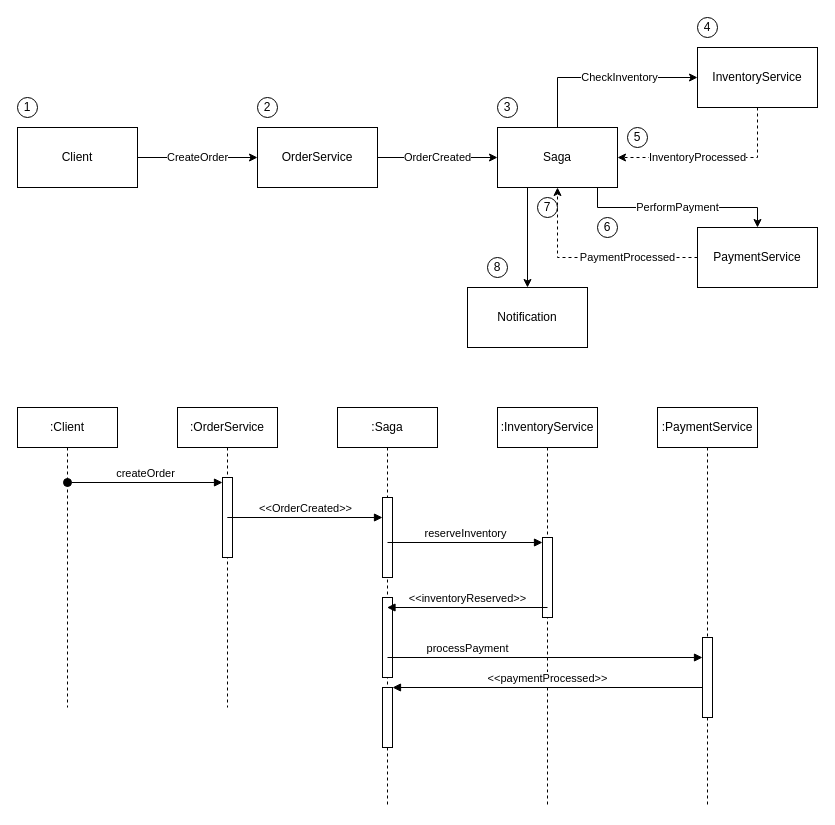
Above: order_service_saga_design.drawio in pajri/wiki.saga_ecommerce (draw.io), before the change. Source tidied: cells renumbered, new cells numbered last; positions are measured from the earlier drawing's top-left corner, leaving out a move shared by most shapes. Both pictures are drawn from the tidied source at 100%, with x=0, y=0 at pixel (17, 17).
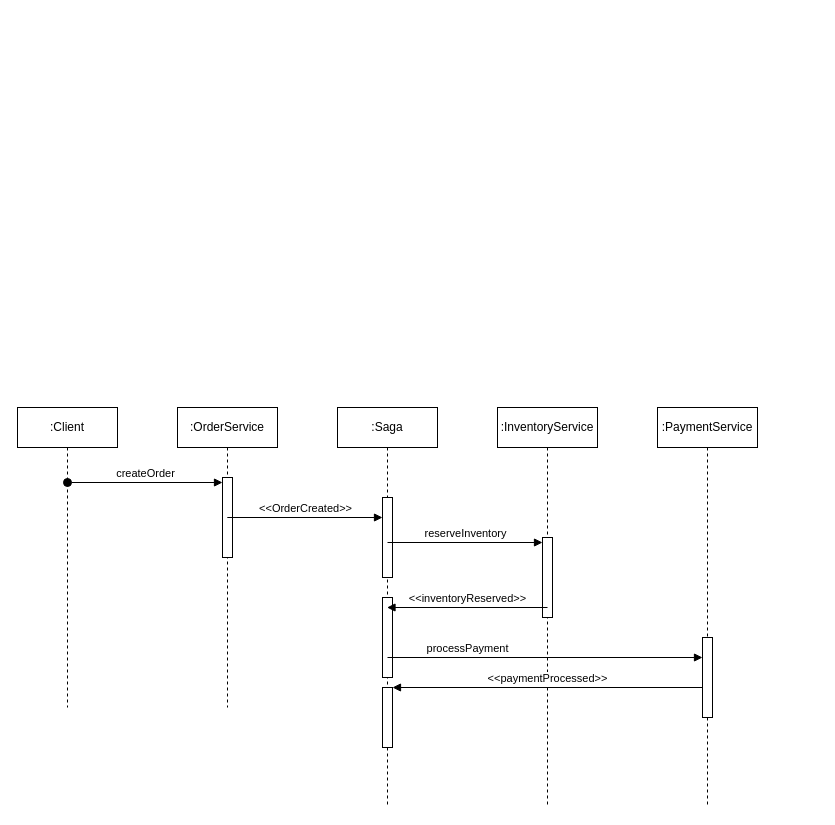
The same page after the edit.

Commit message:
refactor order service saga diagram for improved layout and readability

What changed in the source:
```diff
@@
-    <mxCell id="2" value="OrderCreated" style="edgeStyle=orthogonalEdgeStyle;rounded=0;jettySize=auto;html=1;entryX=0;entryY=0.5;entryDx=0;entryDy=0;" parent="1" edge="1" source="3" target="10">
-      <mxGeometry relative="1" as="geometry" />
-    </mxCell>
-    <mxCell id="3" value="OrderService" style="rounded=0;whiteSpace=wrap;html=1;" parent="1" vertex="1">
-      <mxGeometry x="240" y="110" width="120" height="60" as="geometry" />
-    </mxCell>
-    <mxCell id="4" value="CreateOrder" style="edgeStyle=orthogonalEdgeStyle;rounded=0;jettySize=auto;html=1;entryX=0;entryY=0.5;entryDx=0;entryDy=0;" parent="1" edge="1" source="5" target="3">
-      <mxGeometry relative="1" as="geometry" />
-    </mxCell>
-    <mxCell id="5" value="Client" style="rounded=0;whiteSpace=wrap;html=1;" parent="1" vertex="1">
-      <mxGeometry y="110" width="120" height="60" as="geometry" />
-    </mxCell>
-    <mxCell id="6" value="InventoryProcessed" style="edgeStyle=orthogonalEdgeStyle;rounded=0;jettySize=auto;html=1;entryX=1;entryY=0.5;entryDx=0;entryDy=0;dashed=1;" parent="1" edge="1" source="7" target="10">
-      <mxGeometry x="0.16" relative="1" as="geometry">
-        <Array as="points">
-          <mxPoint x="740" y="140" />
-        </Array>
-      </mxGeometry>
-    </mxCell>
-    <mxCell id="7" value="InventoryService" style="rounded=0;whiteSpace=wrap;html=1;" parent="1" vertex="1">
-      <mxGeometry x="680" y="30" width="120" height="60" as="geometry" />
-    </mxCell>
-    <mxCell id="8" value="CheckInventory" style="edgeStyle=orthogonalEdgeStyle;rounded=0;jettySize=auto;html=1;entryX=0;entryY=0.5;entryDx=0;entryDy=0;" parent="1" edge="1" source="10" target="7">
-      <mxGeometry x="0.18" relative="1" as="geometry">
-        <Array as="points">
-          <mxPoint x="540" y="60" />
-        </Array>
-      </mxGeometry>
-    </mxCell>
-    <mxCell id="9" value="PerformPayment" style="edgeStyle=orthogonalEdgeStyle;rounded=0;jettySize=auto;html=1;" parent="1" edge="1" source="10" target="12">
-      <mxGeometry relative="1" as="geometry">
-        <Array as="points">
-          <mxPoint x="580" y="190" />
-          <mxPoint x="740" y="190" />
-        </Array>
-      </mxGeometry>
-    </mxCell>
-    <mxCell id="10" value="Saga" style="rounded=0;whiteSpace=wrap;html=1;" parent="1" vertex="1">
-      <mxGeometry x="480" y="110" width="120" height="60" as="geometry" />
-    </mxCell>
-    <mxCell id="11" value="PaymentProcessed" style="edgeStyle=orthogonalEdgeStyle;rounded=0;jettySize=auto;html=1;dashed=1;" parent="1" edge="1" source="12">
-      <mxGeometry x="-0.33" relative="1" as="geometry">
-        <mxPoint x="540" y="170" as="targetPoint" />
-        <Array as="points">
-          <mxPoint x="540" y="240" />
-          <mxPoint x="540" y="170" />
-        </Array>
-      </mxGeometry>
-    </mxCell>
-    <mxCell id="12" value="PaymentService" style="rounded=0;whiteSpace=wrap;html=1;" parent="1" vertex="1">
-      <mxGeometry x="680" y="210" width="120" height="60" as="geometry" />
-    </mxCell>
-    <mxCell id="13" value="Notification" style="rounded=0;whiteSpace=wrap;html=1;" parent="1" vertex="1">
-      <mxGeometry x="450" y="270" width="120" height="60" as="geometry" />
-    </mxCell>
-    <mxCell id="14" style="endArrow=classic;html=1;rounded=0;exitX=0.25;exitY=1;exitDx=0;exitDy=0;" parent="1" edge="1" source="10" target="13">
-      <mxGeometry relative="1" as="geometry" />
-    </mxCell>
-    <mxCell id="15" value="1" style="ellipse;whiteSpace=wrap;html=1;" parent="1" vertex="1">
-      <mxGeometry y="80" width="20" height="20" as="geometry" />
-    </mxCell>
-    <mxCell id="16" value="2" style="ellipse;whiteSpace=wrap;html=1;" parent="1" vertex="1">
-      <mxGeometry x="240" y="80" width="20" height="20" as="geometry" />
-    </mxCell>
-    <mxCell id="17" value="3" style="ellipse;whiteSpace=wrap;html=1;" parent="1" vertex="1">
-      <mxGeometry x="480" y="80" width="20" height="20" as="geometry" />
-    </mxCell>
-    <mxCell id="18" value="4" style="ellipse;whiteSpace=wrap;html=1;" parent="1" vertex="1">
-      <mxGeometry x="680" width="20" height="20" as="geometry" />
-    </mxCell>
-    <mxCell id="19" value="5" style="ellipse;whiteSpace=wrap;html=1;" parent="1" vertex="1">
-      <mxGeometry x="610" y="110" width="20" height="20" as="geometry" />
-    </mxCell>
-    <mxCell id="20" value="6" style="ellipse;whiteSpace=wrap;html=1;" parent="1" vertex="1">
-      <mxGeometry x="580" y="200" width="20" height="20" as="geometry" />
-    </mxCell>
-    <mxCell id="21" value="7" style="ellipse;whiteSpace=wrap;html=1;" parent="1" vertex="1">
-      <mxGeometry x="520" y="180" width="20" height="20" as="geometry" />
-    </mxCell>
-    <mxCell id="22" value="8" style="ellipse;whiteSpace=wrap;html=1;" parent="1" vertex="1">
-      <mxGeometry x="470" y="240" width="20" height="20" as="geometry" />
-    </mxCell>
```
